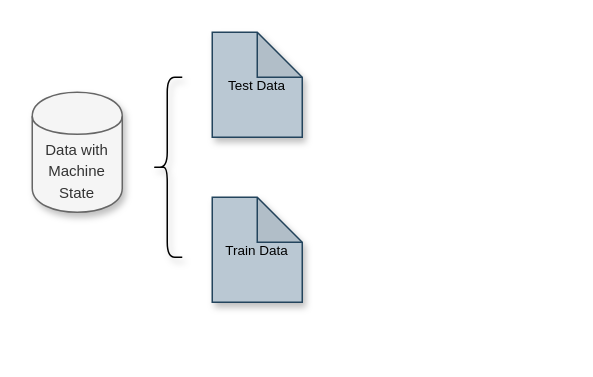
The draw.io diagram knndata.drawio in nimeng95/monika, before the edit. Source tidied: cells renumbered, new cells numbered last; positions are measured from the earlier drawing's top-left corner, leaving out a move shared by most shapes. Both pictures are drawn from the tidied source at 150%, with x=0, y=0 at pixel (32, 32).
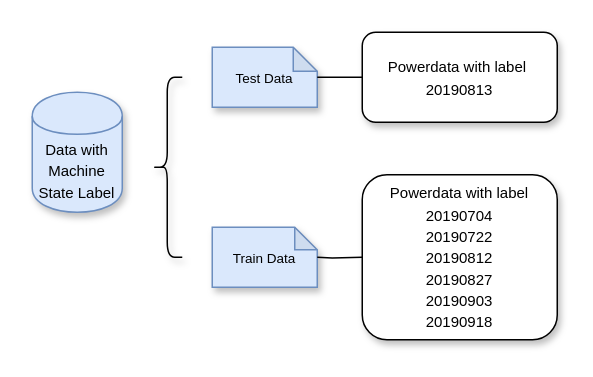
Above is the later version.

Change to the diagram source:
```diff
@@
 <mxGraphModel>
   <root>
     <mxCell id="0" />
     <mxCell id="1" parent="0" />
-    <mxCell id="2" value="&lt;font style=&quot;font-size: 9px&quot;&gt;Test Data&lt;/font&gt;" style="shape=note;whiteSpace=wrap;html=1;backgroundOutline=1;darkOpacity=0.05;fillColor=#bac8d3;strokeColor=#23445d;shadow=1;" parent="1" vertex="1">
-      <mxGeometry x="120" width="60" height="70" as="geometry" />
+    <mxCell id="2" value="&lt;font style=&quot;font-size: 9px&quot;&gt;Test Data&lt;/font&gt;" style="shape=note;whiteSpace=wrap;html=1;backgroundOutline=1;darkOpacity=0.05;fillColor=#dae8fc;strokeColor=#6c8ebf;shadow=1;size=16;" parent="1" vertex="1">
+      <mxGeometry x="120" y="10" width="70" height="40" as="geometry" />
     </mxCell>
-    <mxCell id="3" value="&lt;font style=&quot;font-size: 9px&quot;&gt;Train Data&lt;/font&gt;" style="shape=note;whiteSpace=wrap;html=1;backgroundOutline=1;darkOpacity=0.05;fillColor=#bac8d3;strokeColor=#23445d;shadow=1;" parent="1" vertex="1">
-      <mxGeometry x="120" y="110" width="60" height="70" as="geometry" />
+    <mxCell id="3" value="&lt;font style=&quot;font-size: 9px&quot;&gt;Train Data&lt;/font&gt;" style="shape=note;whiteSpace=wrap;html=1;backgroundOutline=1;darkOpacity=0.05;fillColor=#dae8fc;strokeColor=#6c8ebf;shadow=1;size=15;" parent="1" vertex="1">
+      <mxGeometry x="120" y="130" width="70" height="40" as="geometry" />
     </mxCell>
-    <mxCell id="4" value="&lt;font style=&quot;font-size: 10px&quot;&gt;Data with Machine State&lt;/font&gt;" style="shape=cylinder;whiteSpace=wrap;html=1;boundedLbl=1;backgroundOutline=1;fillColor=#f5f5f5;strokeColor=#666666;fontColor=#333333;shadow=1;" parent="1" vertex="1">
+    <mxCell id="4" value="&lt;font style=&quot;font-size: 10px&quot;&gt;Data with Machine State Label&lt;/font&gt;" style="shape=cylinder;whiteSpace=wrap;html=1;boundedLbl=1;backgroundOutline=1;fillColor=#dae8fc;strokeColor=#6c8ebf;shadow=1;" parent="1" vertex="1">
       <mxGeometry y="40" width="60" height="80" as="geometry" />
     </mxCell>
     <mxCell id="5" style="shape=curlyBracket;whiteSpace=wrap;html=1;rounded=1;shadow=1;" parent="1" vertex="1">
       <mxGeometry x="80" y="30" width="20" height="120" as="geometry" />
     </mxCell>
+    <mxCell id="6" style="edgeStyle=orthogonalEdgeStyle;rounded=0;jettySize=auto;html=1;endArrow=none;endFill=0;" parent="1" edge="1" target="3">
+      <mxGeometry relative="1" as="geometry">
+        <mxPoint x="220" y="150" as="sourcePoint" />
+      </mxGeometry>
+    </mxCell>
+    <mxCell id="7" style="edgeStyle=orthogonalEdgeStyle;rounded=0;jettySize=auto;html=1;endArrow=none;endFill=0;" parent="1" edge="1" source="8" target="2">
+      <mxGeometry relative="1" as="geometry" />
+    </mxCell>
+    <mxCell id="8" value="&lt;font style=&quot;font-size: 10px&quot;&gt;&lt;span style=&quot;white-space: normal&quot;&gt;Powerdata with label&amp;nbsp;&lt;/span&gt;&lt;br style=&quot;white-space: normal&quot;&gt;&lt;span style=&quot;white-space: normal&quot;&gt;20190813&lt;/span&gt;&lt;/font&gt;" style="rounded=1;whiteSpace=wrap;html=1;shadow=1;" parent="1" vertex="1">
+      <mxGeometry x="220" width="130" height="60" as="geometry" />
+    </mxCell>
+    <mxCell id="9" value="&lt;span style=&quot;font-size: 10px ; white-space: normal&quot;&gt;Powerdata with label 20190704&lt;/span&gt;&lt;br style=&quot;font-size: 10px ; white-space: normal&quot;&gt;&lt;span style=&quot;font-size: 10px ; white-space: normal&quot;&gt;20190722&lt;/span&gt;&lt;br style=&quot;font-size: 10px ; white-space: normal&quot;&gt;&lt;span style=&quot;font-size: 10px ; white-space: normal&quot;&gt;20190812&lt;/span&gt;&lt;br style=&quot;font-size: 10px ; white-space: normal&quot;&gt;&lt;span style=&quot;font-size: 10px ; white-space: normal&quot;&gt;20190827&lt;/span&gt;&lt;br style=&quot;font-size: 10px ; white-space: normal&quot;&gt;&lt;span style=&quot;font-size: 10px ; white-space: normal&quot;&gt;20190903&lt;/span&gt;&lt;br style=&quot;font-size: 10px ; white-space: normal&quot;&gt;&lt;span style=&quot;font-size: 10px ; white-space: normal&quot;&gt;20190918&lt;/span&gt;" style="rounded=1;whiteSpace=wrap;html=1;shadow=1;" parent="1" vertex="1">
+      <mxGeometry x="220" y="95" width="130" height="110" as="geometry" />
+    </mxCell>
   </root>
 </mxGraphModel>
```
